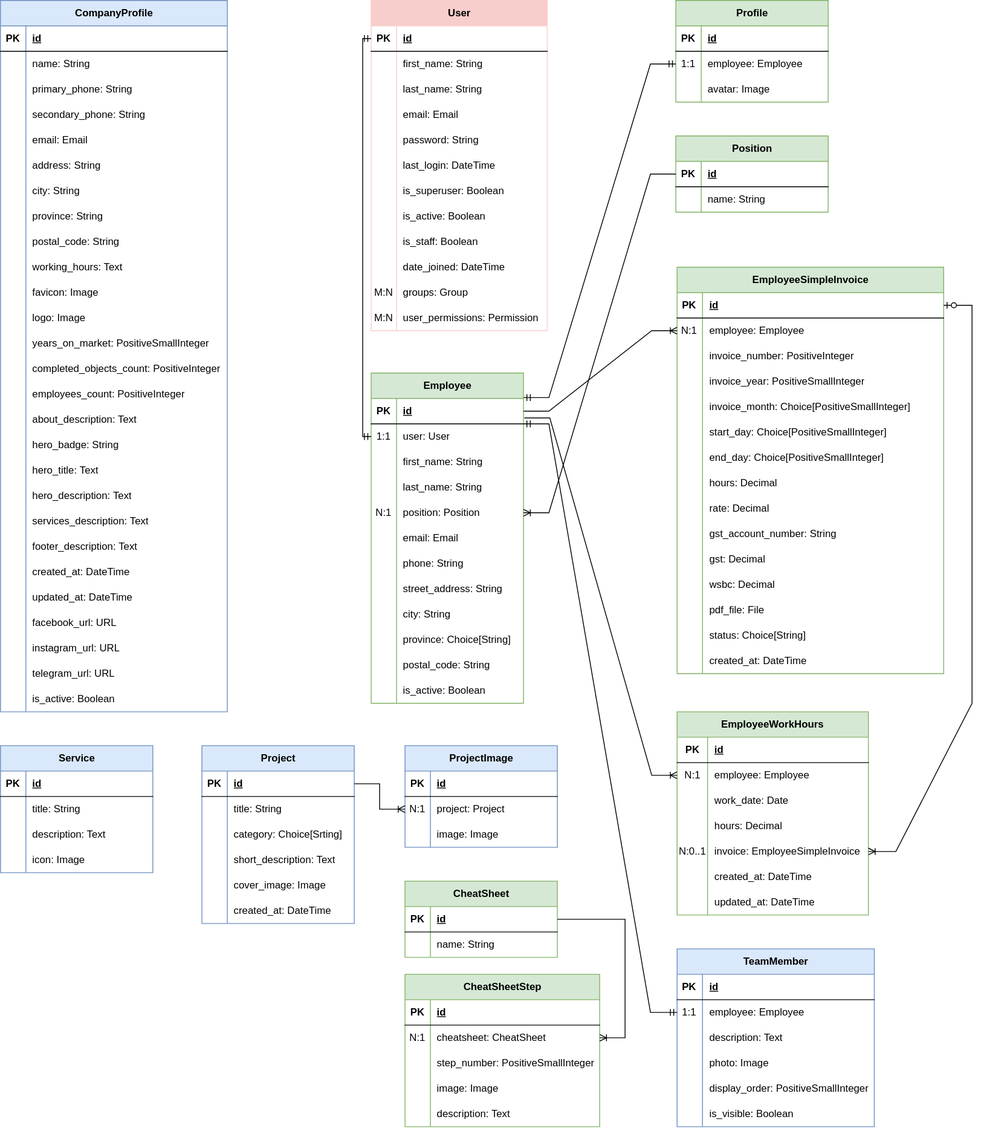
This is docs/db_schema.svg from Ananiev-Vitalii/Erbauer-Inc, a draw.io export, as it was before one commit. Source tidied: cells renumbered, new cells last; positions are measured from the earlier drawing's top-left corner, leaving out a move shared by most shapes.
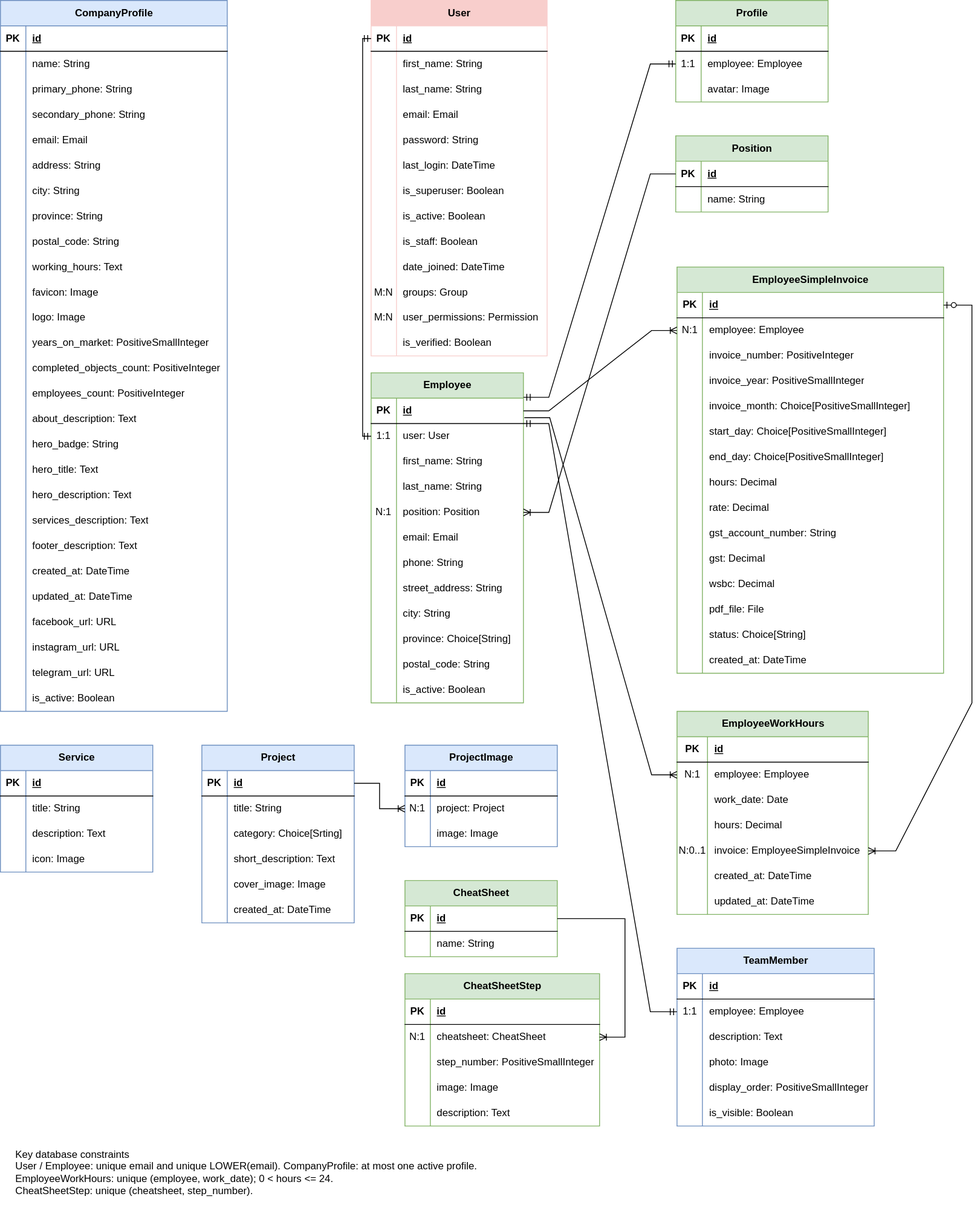
The same file after the commit.

Commit message:
docs: streamline README and update database schema

Diff of the diagram source:
```diff
@@ -3,7 +3,7 @@
     <mxCell id="0" />
     <mxCell id="1" parent="0" />
     <mxCell id="2" value="User" style="shape=table;startSize=30;rowLines=0;fontStyle=1;align=center;html=1;fillColor=#f8cecc;strokeColor=#F8CECC;swimlaneFillColor=none;fillStyle=auto;rounded=0;" parent="1" vertex="1">
-      <mxGeometry x="438" width="208" height="390" as="geometry" />
+      <mxGeometry x="438" width="208" height="420" as="geometry" />
     </mxCell>
     <mxCell id="3" style="shape=tableRow;horizontal=0;startSize=0;swimlaneHead=0;swimlaneBody=0;fillColor=none;points=[[0,0.5],[1,0.5]];portConstraint=eastwest;top=0;left=0;right=0;bottom=1;rounded=0;" parent="2" vertex="1">
       <mxGeometry y="30" width="208" height="30" as="geometry" />
@@ -113,6 +113,15 @@
     <mxCell id="38" value="user_permissions: Permission" style="shape=partialRectangle;fillColor=none;top=0;left=0;bottom=0;right=0;align=left;spacingLeft=6;overflow=hidden;whiteSpace=wrap;html=1;rounded=0;" parent="36" vertex="1">
       <mxGeometry x="30" width="178" height="30" as="geometry" />
     </mxCell>
+    <mxCell id="336" style="shape=tableRow;horizontal=0;startSize=0;swimlaneHead=0;swimlaneBody=0;fillColor=none;top=0;left=0;right=0;bottom=0;rounded=0;" parent="2" vertex="1">
+      <mxGeometry y="390" width="208" height="30" as="geometry" />
+    </mxCell>
+    <mxCell id="337" style="shape=partialRectangle;fillColor=none;top=0;left=0;bottom=0;right=0;overflow=hidden;whiteSpace=wrap;html=1;rounded=0;" parent="336" vertex="1">
+      <mxGeometry width="30" height="30" as="geometry" />
+    </mxCell>
+    <mxCell id="338" value="is_verified: Boolean" style="shape=partialRectangle;fillColor=none;top=0;left=0;bottom=0;right=0;align=left;spacingLeft=6;overflow=hidden;whiteSpace=wrap;html=1;rounded=0;" parent="336" vertex="1">
+      <mxGeometry x="30" width="178" height="30" as="geometry" />
+    </mxCell>
     <mxCell id="39" value="CompanyProfile" style="shape=table;startSize=30;rowLines=0;fontStyle=1;align=center;html=1;fillColor=#dae8fc;strokeColor=#6c8ebf;rounded=0;" parent="1" vertex="1">
       <mxGeometry width="268" height="840" as="geometry" />
     </mxCell>
@@ -1022,5 +1031,8 @@
         </Array>
       </mxGeometry>
     </mxCell>
+    <mxCell id="339" value="Key database constraints&#10;User / Employee: unique email and unique LOWER(email). CompanyProfile: at most one active profile.&#10;EmployeeWorkHours: unique (employee, work_date); 0 &lt; hours &lt;= 24.&#10;CheatSheetStep: unique (cheatsheet, step_number)." style="text;html=0;align=left;verticalAlign=top;whiteSpace=wrap;fontSize=12;" parent="1" vertex="1">
+      <mxGeometry x="16" y="1350" width="1100" height="100" as="geometry" />
+    </mxCell>
   </root>
 </mxGraphModel>
```
